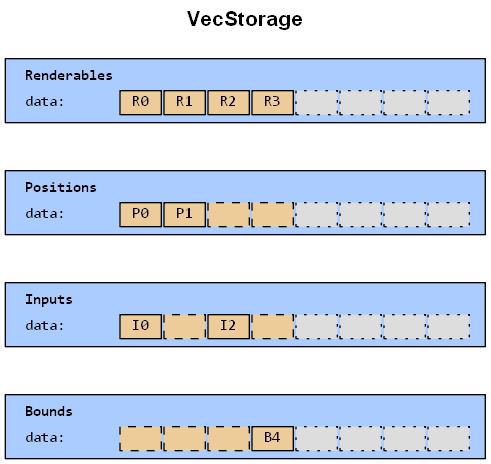
Above: assets/images/storage_vec_all.dot.png in azriel91/ecs_paradigm (Graphviz), before the change. Its source is kept beside it as assets/dot/storage_vec_all.dot.
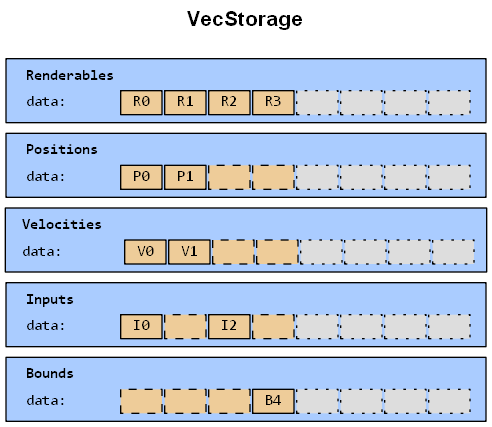
The same diagram one commit later.

The edit, as a diff of the source:
```diff
@@ -5,6 +5,8 @@
         label = <<b>VecStorage<br /><br /></b>>,
         labelloc = top,
         bgcolor = "transparent",
+        nodesep = 0,
+        ranksep = 0,
     ];
 
     node [
@@ -22,10 +24,10 @@
             <tr><td align="left"><b>Renderables</b></td></tr>
             <tr cellspacing="0">
                 <td align="left">data: </td>
-                <td border="1" bgcolor="#eecc99"> R0 </td>
-                <td border="1" bgcolor="#eecc99"> R1 </td>
-                <td border="1" bgcolor="#eecc99"> R2 </td>
-                <td border="1" bgcolor="#eecc99"> R3 </td>
+                <td border="1" bgcolor="#eecc99">&nbsp;R0&nbsp;</td>
+                <td border="1" bgcolor="#eecc99">&nbsp;R1&nbsp;</td>
+                <td border="1" bgcolor="#eecc99">&nbsp;R2&nbsp;</td>
+                <td border="1" bgcolor="#eecc99">&nbsp;R3&nbsp;</td>
                 <td border="1" bgcolor="#dddddd" style="dotted">    </td>
                 <td border="1" bgcolor="#dddddd" style="dotted">    </td>
                 <td border="1" bgcolor="#dddddd" style="dotted">    </td>
@@ -39,8 +41,25 @@
             <tr><td align="left"><b>Positions  </b></td></tr>
             <tr cellspacing="0">
                 <td align="left">data: </td>
-                <td border="1" bgcolor="#eecc99"> P0 </td>
-                <td border="1" bgcolor="#eecc99"> P1 </td>
+                <td border="1" bgcolor="#eecc99">&nbsp;P0&nbsp;</td>
+                <td border="1" bgcolor="#eecc99">&nbsp;P1&nbsp;</td>
+                <td border="1" bgcolor="#eecc99" style="dashed">    </td>
+                <td border="1" bgcolor="#eecc99" style="dashed">    </td>
+                <td border="1" bgcolor="#dddddd" style="dotted">    </td>
+                <td border="1" bgcolor="#dddddd" style="dotted">    </td>
+                <td border="1" bgcolor="#dddddd" style="dotted">    </td>
+                <td border="1" bgcolor="#dddddd" style="dotted">    </td>
+            </tr>
+        </table>>,
+    ];
+
+    velocities [
+        label = <<table border="0" cellborder="0">
+            <tr><td align="left"><b>Velocities  </b></td></tr>
+            <tr cellspacing="0">
+                <td align="left">data: </td>
+                <td border="1" bgcolor="#eecc99">&nbsp;V0&nbsp;</td>
+                <td border="1" bgcolor="#eecc99">&nbsp;V1&nbsp;</td>
                 <td border="1" bgcolor="#eecc99" style="dashed">    </td>
                 <td border="1" bgcolor="#eecc99" style="dashed">    </td>
                 <td border="1" bgcolor="#dddddd" style="dotted">    </td>
@@ -56,9 +75,9 @@
             <tr><td align="left"><b>Inputs     </b></td></tr>
             <tr cellspacing="0">
                 <td align="left">data: </td>
-                <td border="1" bgcolor="#eecc99"> I0 </td>
+                <td border="1" bgcolor="#eecc99">&nbsp;I0&nbsp;</td>
                 <td border="1" bgcolor="#eecc99" style="dashed">    </td>
-                <td border="1" bgcolor="#eecc99"> I2 </td>
+                <td border="1" bgcolor="#eecc99">&nbsp;I2&nbsp;</td>
                 <td border="1" bgcolor="#eecc99" style="dashed">    </td>
                 <td border="1" bgcolor="#dddddd" style="dotted">    </td>
                 <td border="1" bgcolor="#dddddd" style="dotted">    </td>
@@ -76,7 +95,7 @@
                 <td border="1" bgcolor="#eecc99" style="dashed">    </td>
                 <td border="1" bgcolor="#eecc99" style="dashed">    </td>
                 <td border="1" bgcolor="#eecc99" style="dashed">    </td>
-                <td border="1" bgcolor="#eecc99"> B4 </td>
+                <td border="1" bgcolor="#eecc99">&nbsp;B4&nbsp;</td>
                 <td border="1" bgcolor="#dddddd" style="dotted">    </td>
                 <td border="1" bgcolor="#dddddd" style="dotted">    </td>
                 <td border="1" bgcolor="#dddddd" style="dotted">    </td>
@@ -87,5 +106,5 @@
 
     edge [style = "invis"];
 
-    renderables -> positions -> inputs -> bounds;
+    renderables -> positions -> velocities -> inputs -> bounds;
 }
```
